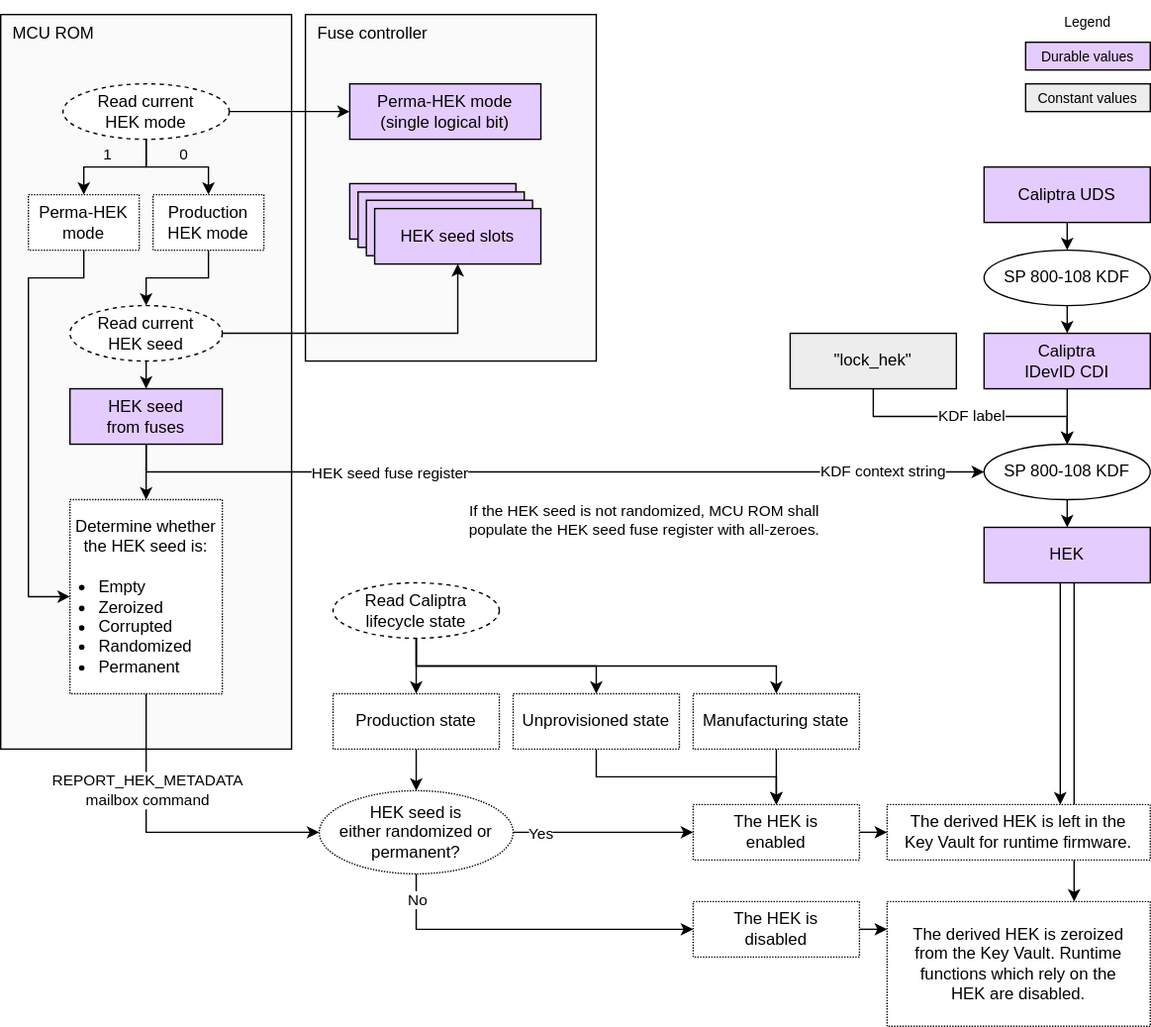
Above: doc/ocp_lock/diagrams/hek_derivation.drawio.svg in chipsalliance/Caliptra (draw.io), before the change. Source tidied: cells renumbered, new cells last; positions are measured from the earlier drawing's top-left corner, leaving out a move shared by most shapes.
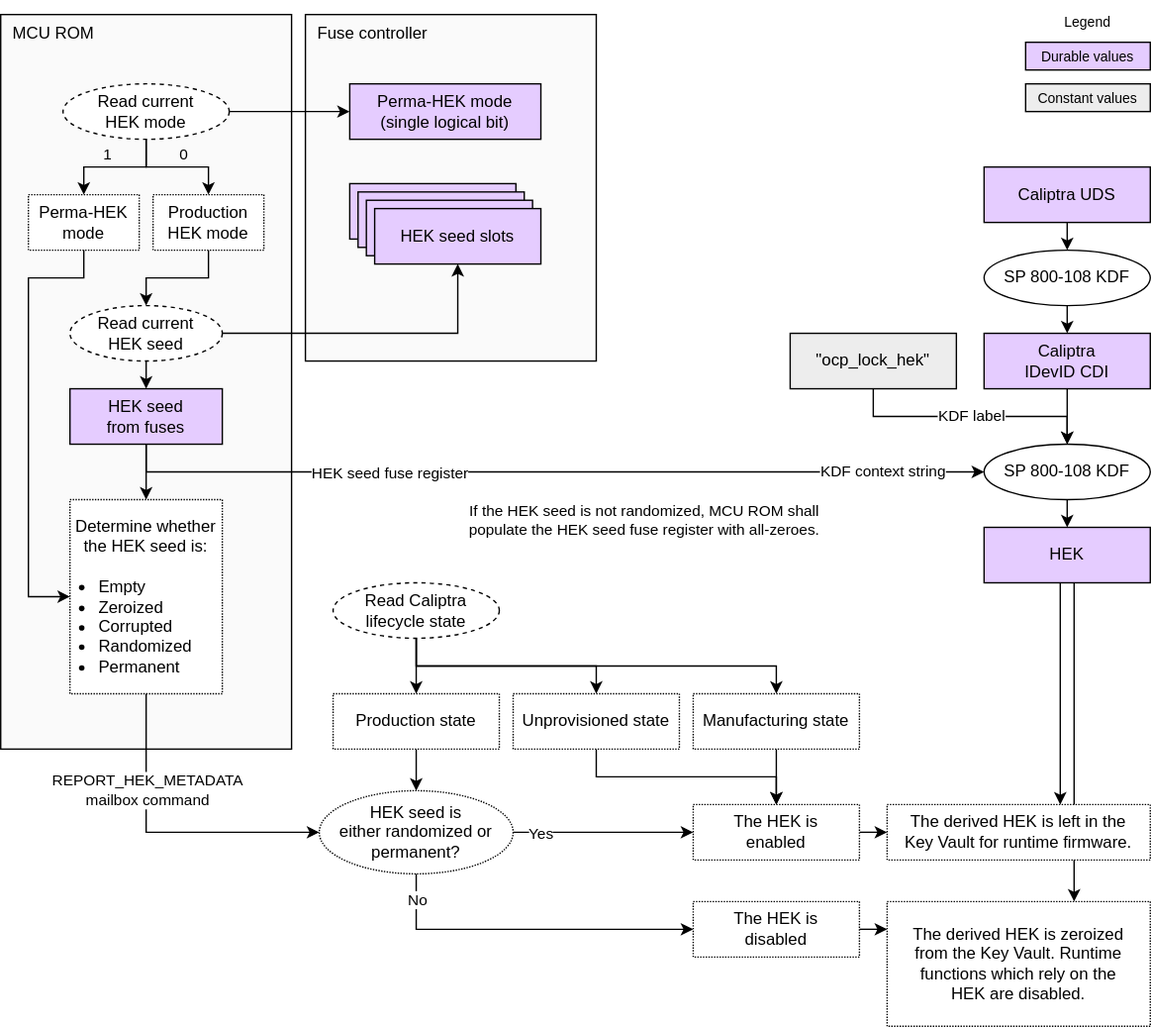
After the commit.

The edit, as a diff of the source:
```diff
@@ -232,7 +232,7 @@
         <mxPoint x="8" y="-1" as="offset" />
       </mxGeometry>
     </mxCell>
-    <mxCell id="67" value="&lt;div&gt;&lt;font color=&quot;#000000&quot;&gt;&quot;lock_hek&quot;&lt;/font&gt;&lt;/div&gt;" style="rounded=0;whiteSpace=wrap;html=1;align=center;verticalAlign=middle;shadow=0;glass=0;spacingLeft=0;spacingBottom=0;spacingTop=0;fillColor=#EDEDED;" parent="1" vertex="1">
+    <mxCell id="67" value="&lt;div&gt;&lt;font color=&quot;#000000&quot;&gt;&quot;ocp_lock_hek&quot;&lt;/font&gt;&lt;/div&gt;" style="rounded=0;whiteSpace=wrap;html=1;align=center;verticalAlign=middle;shadow=0;glass=0;spacingLeft=0;spacingBottom=0;spacingTop=0;fillColor=#EDEDED;" parent="1" vertex="1">
       <mxGeometry x="570" y="240" width="120" height="40" as="geometry" />
     </mxCell>
     <mxCell id="68" value="&lt;div&gt;&lt;font color=&quot;#000000&quot;&gt;Constant values&lt;/font&gt;&lt;/div&gt;" style="rounded=0;whiteSpace=wrap;html=1;align=center;verticalAlign=middle;shadow=0;glass=0;spacingLeft=0;spacingBottom=0;spacingTop=0;fillColor=#EDEDED;fontSize=10;" parent="1" vertex="1">
```
